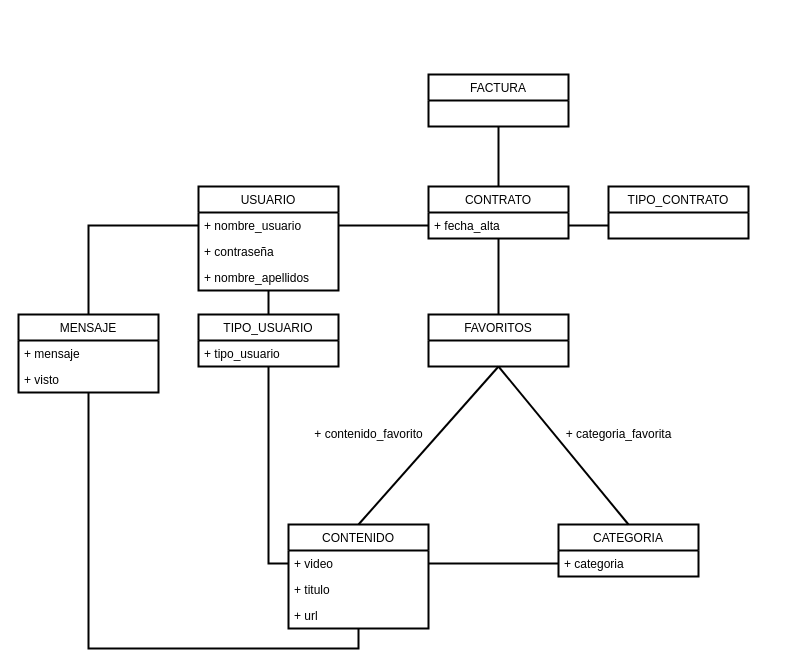
Above: Modelo Conceptual.drawio in JaumeJulia/BD2_Practica02 (draw.io), before the change. Source tidied: cells renumbered, new cells numbered last; positions are measured from the earlier drawing's top-left corner, leaving out a move shared by most shapes. Both pictures are drawn from the tidied source at 100%, with x=0, y=0 at pixel (18, 74).
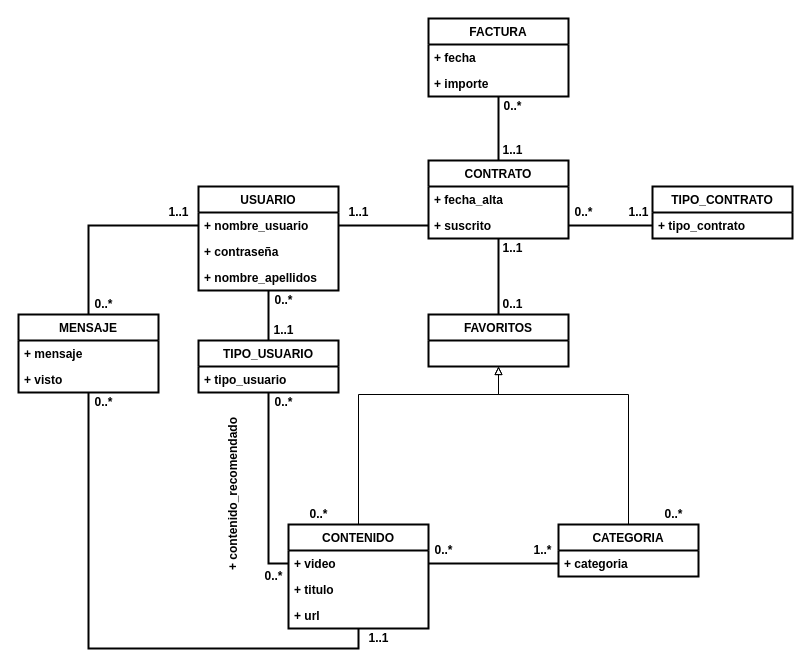
The same page after the edit.

What changed in the source:
```diff
@@
-    <mxCell id="2" style="edgeStyle=orthogonalEdgeStyle;rounded=0;jettySize=auto;html=1;exitX=1;exitY=0.75;exitDx=0;exitDy=0;entryX=0;entryY=0.75;entryDx=0;entryDy=0;endArrow=none;endFill=0;strokeWidth=2;" parent="1" edge="1" source="4" target="8">
+    <mxCell id="2" style="edgeStyle=orthogonalEdgeStyle;rounded=0;jettySize=auto;html=1;exitX=1;exitY=0.5;exitDx=0;exitDy=0;entryX=0;entryY=0.75;entryDx=0;entryDy=0;endArrow=none;endFill=0;strokeWidth=2;fontStyle=1;" parent="1" edge="1" source="35" target="8">
       <mxGeometry relative="1" as="geometry" />
     </mxCell>
-    <mxCell id="3" style="edgeStyle=orthogonalEdgeStyle;rounded=0;jettySize=auto;html=1;exitX=0.5;exitY=1;exitDx=0;exitDy=0;entryX=0.5;entryY=0;entryDx=0;entryDy=0;endArrow=none;endFill=0;strokeWidth=2;" parent="1" edge="1" source="4" target="21">
+    <mxCell id="3" style="edgeStyle=orthogonalEdgeStyle;rounded=0;jettySize=auto;html=1;exitX=0.5;exitY=1;exitDx=0;exitDy=0;entryX=0.5;entryY=0;entryDx=0;entryDy=0;endArrow=none;endFill=0;strokeWidth=2;fontStyle=1;" parent="1" edge="1" source="4" target="21">
       <mxGeometry relative="1" as="geometry" />
     </mxCell>
-    <mxCell id="4" value="CONTRATO" style="swimlane;fontStyle=0;horizontal=1;startSize=26;fillColor=none;strokeWidth=2;" parent="1" vertex="1">
-      <mxGeometry x="410" y="112" width="140" height="52" as="geometry" />
+    <mxCell id="4" value="CONTRATO" style="swimlane;fontStyle=1;horizontal=1;startSize=26;fillColor=none;strokeWidth=2;" parent="1" vertex="1">
+      <mxGeometry x="410" y="86" width="140" height="78" as="geometry" />
     </mxCell>
-    <mxCell id="5" value="+ fecha_alta" style="text;strokeColor=none;fillColor=none;align=left;verticalAlign=top;spacingLeft=4;spacingRight=4;overflow=hidden;points=[[0,0.5],[1,0.5]];portConstraint=eastwest;" parent="4" vertex="1">
+    <mxCell id="5" value="+ fecha_alta" style="text;strokeColor=none;fillColor=none;align=left;verticalAlign=top;spacingLeft=4;spacingRight=4;overflow=hidden;points=[[0,0.5],[1,0.5]];portConstraint=eastwest;fontStyle=1;" parent="4" vertex="1">
       <mxGeometry y="26" width="140" height="26" as="geometry" />
     </mxCell>
+    <mxCell id="35" value="+ suscrito" style="text;strokeColor=none;fillColor=none;align=left;verticalAlign=top;spacingLeft=4;spacingRight=4;overflow=hidden;points=[[0,0.5],[1,0.5]];portConstraint=eastwest;fontStyle=1;" parent="4" vertex="1">
+      <mxGeometry y="52" width="140" height="26" as="geometry" />
+    </mxCell>
-    <mxCell id="6" style="edgeStyle=orthogonalEdgeStyle;rounded=0;jettySize=auto;html=1;exitX=0.5;exitY=1;exitDx=0;exitDy=0;entryX=0.5;entryY=0;entryDx=0;entryDy=0;strokeWidth=2;endArrow=none;endFill=0;" parent="1" edge="1" source="7" target="4">
+    <mxCell id="6" style="edgeStyle=orthogonalEdgeStyle;rounded=0;jettySize=auto;html=1;exitX=0.5;exitY=1;exitDx=0;exitDy=0;entryX=0.5;entryY=0;entryDx=0;entryDy=0;strokeWidth=2;endArrow=none;endFill=0;fontStyle=1;" parent="1" edge="1" source="7" target="4">
       <mxGeometry relative="1" as="geometry" />
     </mxCell>
-    <mxCell id="7" value="FACTURA" style="swimlane;fontStyle=0;horizontal=1;startSize=26;fillColor=none;strokeWidth=2;" parent="1" vertex="1">
-      <mxGeometry x="410" width="140" height="52" as="geometry" />
+    <mxCell id="7" value="FACTURA" style="swimlane;fontStyle=1;horizontal=1;startSize=26;fillColor=none;strokeWidth=2;" parent="1" vertex="1">
+      <mxGeometry x="410" y="-56" width="140" height="78" as="geometry" />
     </mxCell>
+    <mxCell id="36" value="+ fecha" style="text;strokeColor=none;fillColor=none;align=left;verticalAlign=top;spacingLeft=4;spacingRight=4;overflow=hidden;fontStyle=1;" parent="7" vertex="1">
+      <mxGeometry y="26" width="140" height="26" as="geometry" />
+    </mxCell>
+    <mxCell id="37" value="+ importe" style="text;strokeColor=none;fillColor=none;align=left;verticalAlign=top;spacingLeft=4;spacingRight=4;overflow=hidden;fontStyle=1;" parent="7" vertex="1">
+      <mxGeometry y="52" width="140" height="26" as="geometry" />
+    </mxCell>
-    <mxCell id="8" value="TIPO_CONTRATO" style="swimlane;fontStyle=0;horizontal=1;startSize=26;fillColor=none;strokeWidth=2;" parent="1" vertex="1">
-      <mxGeometry x="590" y="112" width="140" height="52" as="geometry" />
+    <mxCell id="8" value="TIPO_CONTRATO" style="swimlane;fontStyle=1;horizontal=1;startSize=26;fillColor=none;strokeWidth=2;" parent="1" vertex="1">
+      <mxGeometry x="634" y="112" width="140" height="52" as="geometry" />
     </mxCell>
+    <mxCell id="38" value="+ tipo_contrato" style="text;strokeColor=none;fillColor=none;align=left;verticalAlign=top;spacingLeft=4;spacingRight=4;overflow=hidden;fontStyle=1;" parent="8" vertex="1">
+      <mxGeometry y="26" width="140" height="26" as="geometry" />
+    </mxCell>
-    <mxCell id="9" style="edgeStyle=orthogonalEdgeStyle;rounded=0;jettySize=auto;html=1;exitX=0.5;exitY=1;exitDx=0;exitDy=0;entryX=0.5;entryY=0;entryDx=0;entryDy=0;endArrow=none;endFill=0;strokeWidth=2;" parent="1" edge="1" source="10" target="14">
+    <mxCell id="9" style="edgeStyle=orthogonalEdgeStyle;rounded=0;jettySize=auto;html=1;exitX=0.5;exitY=1;exitDx=0;exitDy=0;entryX=0.5;entryY=0;entryDx=0;entryDy=0;endArrow=none;endFill=0;strokeWidth=2;fontStyle=1;" parent="1" edge="1" source="10" target="14">
       <mxGeometry relative="1" as="geometry" />
     </mxCell>
-    <mxCell id="10" value="USUARIO" style="swimlane;fontStyle=0;horizontal=1;startSize=26;fillColor=none;strokeWidth=2;" parent="1" vertex="1">
+    <mxCell id="10" value="USUARIO" style="swimlane;fontStyle=1;horizontal=1;startSize=26;fillColor=none;strokeWidth=2;" parent="1" vertex="1">
       <mxGeometry x="180" y="112" width="140" height="104" as="geometry" />
     </mxCell>
-    <mxCell id="11" value="+ nombre_usuario" style="text;strokeColor=none;fillColor=none;align=left;verticalAlign=top;spacingLeft=4;spacingRight=4;overflow=hidden;points=[[0,0.5],[1,0.5]];portConstraint=eastwest;" parent="10" vertex="1">
+    <mxCell id="11" value="+ nombre_usuario" style="text;strokeColor=none;fillColor=none;align=left;verticalAlign=top;spacingLeft=4;spacingRight=4;overflow=hidden;points=[[0,0.5],[1,0.5]];portConstraint=eastwest;fontStyle=1;" parent="10" vertex="1">
       <mxGeometry y="26" width="140" height="26" as="geometry" />
     </mxCell>
-    <mxCell id="12" value="+ contraseña" style="text;strokeColor=none;fillColor=none;align=left;verticalAlign=top;spacingLeft=4;spacingRight=4;overflow=hidden;" parent="10" vertex="1">
+    <mxCell id="12" value="+ contraseña" style="text;strokeColor=none;fillColor=none;align=left;verticalAlign=top;spacingLeft=4;spacingRight=4;overflow=hidden;fontStyle=1;" parent="10" vertex="1">
       <mxGeometry y="52" width="140" height="26" as="geometry" />
     </mxCell>
-    <mxCell id="13" value="+ nombre_apellidos" style="text;strokeColor=none;fillColor=none;align=left;verticalAlign=top;spacingLeft=4;spacingRight=4;overflow=hidden;" parent="10" vertex="1">
+    <mxCell id="13" value="+ nombre_apellidos" style="text;strokeColor=none;fillColor=none;align=left;verticalAlign=top;spacingLeft=4;spacingRight=4;overflow=hidden;fontStyle=1;" parent="10" vertex="1">
       <mxGeometry y="78" width="140" height="26" as="geometry" />
     </mxCell>
-    <mxCell id="14" value="TIPO_USUARIO" style="swimlane;fontStyle=0;horizontal=1;startSize=26;fillColor=none;strokeWidth=2;" parent="1" vertex="1">
-      <mxGeometry x="180" y="240" width="140" height="52" as="geometry" />
+    <mxCell id="14" value="TIPO_USUARIO" style="swimlane;fontStyle=1;horizontal=1;startSize=26;fillColor=none;strokeWidth=2;" parent="1" vertex="1">
+      <mxGeometry x="180" y="266" width="140" height="52" as="geometry" />
     </mxCell>
-    <mxCell id="15" value="+ tipo_usuario" style="text;strokeColor=none;fillColor=none;align=left;verticalAlign=top;spacingLeft=4;spacingRight=4;overflow=hidden;" parent="14" vertex="1">
+    <mxCell id="15" value="+ tipo_usuario" style="text;strokeColor=none;fillColor=none;align=left;verticalAlign=top;spacingLeft=4;spacingRight=4;overflow=hidden;fontStyle=1;" parent="14" vertex="1">
       <mxGeometry y="26" width="140" height="26" as="geometry" />
     </mxCell>
-    <mxCell id="16" style="edgeStyle=orthogonalEdgeStyle;rounded=0;jettySize=auto;html=1;exitX=0.5;exitY=1;exitDx=0;exitDy=0;entryX=0.5;entryY=1;entryDx=0;entryDy=0;endArrow=none;endFill=0;strokeWidth=2;" parent="1" edge="1" source="17" target="22">
+    <mxCell id="16" style="edgeStyle=orthogonalEdgeStyle;rounded=0;jettySize=auto;html=1;exitX=0.5;exitY=1;exitDx=0;exitDy=0;entryX=0.5;entryY=1;entryDx=0;entryDy=0;endArrow=none;endFill=0;strokeWidth=2;fontStyle=1;" parent="1" edge="1" source="17" target="22">
       <mxGeometry relative="1" as="geometry" />
     </mxCell>
-    <mxCell id="17" value="MENSAJE" style="swimlane;fontStyle=0;horizontal=1;startSize=26;fillColor=none;strokeWidth=2;" parent="1" vertex="1">
+    <mxCell id="17" value="MENSAJE" style="swimlane;fontStyle=1;horizontal=1;startSize=26;fillColor=none;strokeWidth=2;" parent="1" vertex="1">
       <mxGeometry y="240" width="140" height="78" as="geometry" />
     </mxCell>
-    <mxCell id="18" value="+ mensaje" style="text;strokeColor=none;fillColor=none;align=left;verticalAlign=top;spacingLeft=4;spacingRight=4;overflow=hidden;" parent="17" vertex="1">
+    <mxCell id="18" value="+ mensaje" style="text;strokeColor=none;fillColor=none;align=left;verticalAlign=top;spacingLeft=4;spacingRight=4;overflow=hidden;fontStyle=1;" parent="17" vertex="1">
       <mxGeometry y="26" width="140" height="26" as="geometry" />
     </mxCell>
-    <mxCell id="19" value="+ visto" style="text;strokeColor=none;fillColor=none;align=left;verticalAlign=top;spacingLeft=4;spacingRight=4;overflow=hidden;" parent="17" vertex="1">
+    <mxCell id="19" value="+ visto" style="text;strokeColor=none;fillColor=none;align=left;verticalAlign=top;spacingLeft=4;spacingRight=4;overflow=hidden;fontStyle=1;" parent="17" vertex="1">
       <mxGeometry y="52" width="140" height="26" as="geometry" />
     </mxCell>
-    <mxCell id="20" style="rounded=0;jettySize=auto;html=1;exitX=0.5;exitY=1;exitDx=0;exitDy=0;entryX=0.5;entryY=0;entryDx=0;entryDy=0;endArrow=none;endFill=0;strokeWidth=2;" parent="1" edge="1" source="21" target="22">
-      <mxGeometry relative="1" as="geometry" />
-    </mxCell>
-    <mxCell id="21" value="FAVORITOS" style="swimlane;fontStyle=0;horizontal=1;startSize=26;fillColor=none;strokeWidth=2;" parent="1" vertex="1">
+    <mxCell id="21" value="FAVORITOS" style="swimlane;fontStyle=1;horizontal=1;startSize=26;fillColor=none;strokeWidth=2;" parent="1" vertex="1">
       <mxGeometry x="410" y="240" width="140" height="52" as="geometry" />
     </mxCell>
+    <mxCell id="39" style="edgeStyle=orthogonalEdgeStyle;rounded=0;jettySize=auto;html=1;exitX=0.5;exitY=0;exitDx=0;exitDy=0;entryX=0.5;entryY=1;entryDx=0;entryDy=0;endArrow=block;endFill=0;" parent="1" edge="1" source="22" target="21">
+      <mxGeometry relative="1" as="geometry">
+        <Array as="points">
+          <mxPoint x="340" y="320" />
+          <mxPoint x="480" y="320" />
+        </Array>
+      </mxGeometry>
+    </mxCell>
-    <mxCell id="22" value="CONTENIDO" style="swimlane;fontStyle=0;horizontal=1;startSize=26;fillColor=none;strokeWidth=2;" parent="1" vertex="1">
+    <mxCell id="22" value="CONTENIDO" style="swimlane;fontStyle=1;horizontal=1;startSize=26;fillColor=none;strokeWidth=2;" parent="1" vertex="1">
       <mxGeometry x="270" y="450" width="140" height="104" as="geometry" />
     </mxCell>
-    <mxCell id="23" value="+ video" style="text;strokeColor=none;fillColor=none;align=left;verticalAlign=top;spacingLeft=4;spacingRight=4;overflow=hidden;points=[[0,0.5],[1,0.5]];portConstraint=eastwest;" parent="22" vertex="1">
+    <mxCell id="23" value="+ video" style="text;strokeColor=none;fillColor=none;align=left;verticalAlign=top;spacingLeft=4;spacingRight=4;overflow=hidden;points=[[0,0.5],[1,0.5]];portConstraint=eastwest;fontStyle=1;" parent="22" vertex="1">
       <mxGeometry y="26" width="140" height="26" as="geometry" />
     </mxCell>
-    <mxCell id="24" value="+ titulo" style="text;strokeColor=none;fillColor=none;align=left;verticalAlign=top;spacingLeft=4;spacingRight=4;overflow=hidden;" parent="22" vertex="1">
+    <mxCell id="24" value="+ titulo" style="text;strokeColor=none;fillColor=none;align=left;verticalAlign=top;spacingLeft=4;spacingRight=4;overflow=hidden;fontStyle=1;" parent="22" vertex="1">
       <mxGeometry y="52" width="140" height="26" as="geometry" />
     </mxCell>
-    <mxCell id="25" value="+ url" style="text;strokeColor=none;fillColor=none;align=left;verticalAlign=top;spacingLeft=4;spacingRight=4;overflow=hidden;" parent="22" vertex="1">
+    <mxCell id="25" value="+ url" style="text;strokeColor=none;fillColor=none;align=left;verticalAlign=top;spacingLeft=4;spacingRight=4;overflow=hidden;fontStyle=1;" parent="22" vertex="1">
       <mxGeometry y="78" width="140" height="26" as="geometry" />
     </mxCell>
-    <mxCell id="26" style="rounded=0;jettySize=auto;html=1;exitX=0.5;exitY=0;exitDx=0;exitDy=0;entryX=0.5;entryY=1;entryDx=0;entryDy=0;endArrow=none;endFill=0;strokeWidth=2;" parent="1" edge="1" source="27" target="21">
-      <mxGeometry relative="1" as="geometry" />
+    <mxCell id="26" style="edgeStyle=orthogonalEdgeStyle;rounded=0;jettySize=auto;html=1;exitX=0.5;exitY=0;exitDx=0;exitDy=0;entryX=0.5;entryY=1;entryDx=0;entryDy=0;endArrow=block;endFill=0;" parent="1" edge="1" source="27" target="21">
+      <mxGeometry relative="1" as="geometry">
+        <Array as="points">
+          <mxPoint x="610" y="320" />
+          <mxPoint x="480" y="320" />
+        </Array>
+      </mxGeometry>
     </mxCell>
-    <mxCell id="27" value="CATEGORIA" style="swimlane;fontStyle=0;horizontal=1;startSize=26;fillColor=none;strokeWidth=2;" parent="1" vertex="1">
+    <mxCell id="27" value="CATEGORIA" style="swimlane;fontStyle=1;horizontal=1;startSize=26;fillColor=none;strokeWidth=2;" parent="1" vertex="1">
       <mxGeometry x="540" y="450" width="140" height="52" as="geometry" />
     </mxCell>
-    <mxCell id="28" value="+ categoria" style="text;strokeColor=none;fillColor=none;align=left;verticalAlign=top;spacingLeft=4;spacingRight=4;overflow=hidden;points=[[0,0.5],[1,0.5]];portConstraint=eastwest;" parent="27" vertex="1">
+    <mxCell id="28" value="+ categoria" style="text;strokeColor=none;fillColor=none;align=left;verticalAlign=top;spacingLeft=4;spacingRight=4;overflow=hidden;points=[[0,0.5],[1,0.5]];portConstraint=eastwest;fontStyle=1;" parent="27" vertex="1">
       <mxGeometry y="26" width="140" height="26" as="geometry" />
     </mxCell>
-    <mxCell id="29" value="+ contenido_favorito" style="text;html=1;align=center;verticalAlign=middle;strokeColor=none;fillColor=none;" parent="1" vertex="1">
-      <mxGeometry x="290" y="350" width="120" height="20" as="geometry" />
-    </mxCell>
-    <mxCell id="30" value="+ categoria_favorita" style="text;html=1;align=center;verticalAlign=middle;strokeColor=none;fillColor=none;" parent="1" vertex="1">
-      <mxGeometry x="540" y="350" width="120" height="20" as="geometry" />
-    </mxCell>
-    <mxCell id="31" style="edgeStyle=orthogonalEdgeStyle;rounded=0;jettySize=auto;html=1;exitX=1;exitY=0.5;exitDx=0;exitDy=0;entryX=0;entryY=0.5;entryDx=0;entryDy=0;endArrow=none;endFill=0;strokeWidth=2;" parent="1" edge="1" source="23" target="28">
+    <mxCell id="31" style="edgeStyle=orthogonalEdgeStyle;rounded=0;jettySize=auto;html=1;exitX=1;exitY=0.5;exitDx=0;exitDy=0;entryX=0;entryY=0.5;entryDx=0;entryDy=0;endArrow=none;endFill=0;strokeWidth=2;fontStyle=1;" parent="1" edge="1" source="23" target="28">
       <mxGeometry relative="1" as="geometry" />
     </mxCell>
-    <mxCell id="32" style="edgeStyle=orthogonalEdgeStyle;rounded=0;jettySize=auto;html=1;exitX=1;exitY=0.5;exitDx=0;exitDy=0;entryX=0;entryY=0.5;entryDx=0;entryDy=0;endArrow=none;endFill=0;strokeWidth=2;" parent="1" edge="1" source="11" target="5">
-      <mxGeometry relative="1" as="geometry" />
+    <mxCell id="32" style="edgeStyle=orthogonalEdgeStyle;rounded=0;jettySize=auto;html=1;exitX=1;exitY=0.5;exitDx=0;exitDy=0;endArrow=none;endFill=0;strokeWidth=2;fontStyle=1;" parent="1" edge="1" source="11">
+      <mxGeometry relative="1" as="geometry">
+        <mxPoint x="410" y="151" as="targetPoint" />
+      </mxGeometry>
     </mxCell>
-    <mxCell id="33" style="edgeStyle=orthogonalEdgeStyle;rounded=0;jettySize=auto;html=1;exitX=0;exitY=0.5;exitDx=0;exitDy=0;entryX=0.5;entryY=0;entryDx=0;entryDy=0;endArrow=none;endFill=0;strokeWidth=2;" parent="1" edge="1" source="11" target="17">
+    <mxCell id="33" style="edgeStyle=orthogonalEdgeStyle;rounded=0;jettySize=auto;html=1;exitX=0;exitY=0.5;exitDx=0;exitDy=0;entryX=0.5;entryY=0;entryDx=0;entryDy=0;endArrow=none;endFill=0;strokeWidth=2;fontStyle=1;" parent="1" edge="1" source="11" target="17">
       <mxGeometry relative="1" as="geometry" />
     </mxCell>
-    <mxCell id="34" style="edgeStyle=orthogonalEdgeStyle;rounded=0;jettySize=auto;html=1;exitX=0;exitY=0.5;exitDx=0;exitDy=0;entryX=0.5;entryY=1;entryDx=0;entryDy=0;endArrow=none;endFill=0;strokeWidth=2;" parent="1" edge="1" source="23" target="14">
+    <mxCell id="34" style="edgeStyle=orthogonalEdgeStyle;rounded=0;jettySize=auto;html=1;exitX=0;exitY=0.5;exitDx=0;exitDy=0;entryX=0.5;entryY=1;entryDx=0;entryDy=0;endArrow=none;endFill=0;strokeWidth=2;fontStyle=1;" parent="1" edge="1" source="23" target="14">
       <mxGeometry relative="1" as="geometry" />
     </mxCell>
+    <mxCell id="40" value="1..1" style="text;html=1;align=center;verticalAlign=middle;strokeColor=none;fillColor=none;fontStyle=1;" parent="1" vertex="1">
+      <mxGeometry x="320" y="128" width="40" height="20" as="geometry" />
+    </mxCell>
+    <mxCell id="41" value="1..1" style="text;html=1;align=center;verticalAlign=middle;strokeColor=none;fillColor=none;fontStyle=1;" parent="1" vertex="1">
+      <mxGeometry x="140" y="128" width="40" height="20" as="geometry" />
+    </mxCell>
+    <mxCell id="42" value="0..*" style="text;html=1;align=center;verticalAlign=middle;strokeColor=none;fillColor=none;fontStyle=1;" parent="1" vertex="1">
+      <mxGeometry x="70" y="220" width="30" height="20" as="geometry" />
+    </mxCell>
+    <mxCell id="43" value="0..*" style="text;html=1;align=center;verticalAlign=middle;strokeColor=none;fillColor=none;fontStyle=1;" parent="1" vertex="1">
+      <mxGeometry x="70" y="318" width="30" height="20" as="geometry" />
+    </mxCell>
+    <mxCell id="44" value="+ contenido_recomendado" style="text;html=1;align=center;verticalAlign=middle;strokeColor=none;fillColor=none;fontStyle=1;rotation=-90;" parent="1" vertex="1">
+      <mxGeometry x="130" y="410" width="170" height="20" as="geometry" />
+    </mxCell>
+    <mxCell id="45" value="0..*" style="text;html=1;align=center;verticalAlign=middle;strokeColor=none;fillColor=none;fontStyle=1;" parent="1" vertex="1">
+      <mxGeometry x="250" y="318" width="30" height="20" as="geometry" />
+    </mxCell>
+    <mxCell id="46" value="1..1" style="text;html=1;align=center;verticalAlign=middle;strokeColor=none;fillColor=none;fontStyle=1;" parent="1" vertex="1">
+      <mxGeometry x="245" y="246" width="40" height="20" as="geometry" />
+    </mxCell>
+    <mxCell id="47" value="0..*" style="text;html=1;align=center;verticalAlign=middle;strokeColor=none;fillColor=none;fontStyle=1;" parent="1" vertex="1">
+      <mxGeometry x="250" y="216" width="30" height="20" as="geometry" />
+    </mxCell>
+    <mxCell id="48" value="0..*" style="text;html=1;align=center;verticalAlign=middle;strokeColor=none;fillColor=none;fontStyle=1;" parent="1" vertex="1">
+      <mxGeometry x="240" y="492" width="30" height="20" as="geometry" />
+    </mxCell>
+    <mxCell id="49" value="1..1" style="text;html=1;align=center;verticalAlign=middle;strokeColor=none;fillColor=none;fontStyle=1;" parent="1" vertex="1">
+      <mxGeometry x="340" y="554" width="40" height="20" as="geometry" />
+    </mxCell>
+    <mxCell id="50" value="0..*" style="text;html=1;align=center;verticalAlign=middle;strokeColor=none;fillColor=none;fontStyle=1;" parent="1" vertex="1">
+      <mxGeometry x="285" y="430" width="30" height="20" as="geometry" />
+    </mxCell>
+    <mxCell id="51" value="0..*" style="text;html=1;align=center;verticalAlign=middle;strokeColor=none;fillColor=none;fontStyle=1;" parent="1" vertex="1">
+      <mxGeometry x="640" y="430" width="30" height="20" as="geometry" />
+    </mxCell>
+    <mxCell id="52" value="0..*" style="text;html=1;align=center;verticalAlign=middle;strokeColor=none;fillColor=none;fontStyle=1;" parent="1" vertex="1">
+      <mxGeometry x="410" y="466" width="30" height="20" as="geometry" />
+    </mxCell>
+    <mxCell id="53" value="1..*" style="text;html=1;align=center;verticalAlign=middle;strokeColor=none;fillColor=none;fontStyle=1;" parent="1" vertex="1">
+      <mxGeometry x="509" y="466" width="30" height="20" as="geometry" />
+    </mxCell>
+    <mxCell id="54" value="0..1" style="text;html=1;align=center;verticalAlign=middle;strokeColor=none;fillColor=none;fontStyle=1;" parent="1" vertex="1">
+      <mxGeometry x="474" y="220" width="40" height="20" as="geometry" />
+    </mxCell>
+    <mxCell id="55" value="1..1" style="text;html=1;align=center;verticalAlign=middle;strokeColor=none;fillColor=none;fontStyle=1;" parent="1" vertex="1">
+      <mxGeometry x="474" y="164" width="40" height="20" as="geometry" />
+    </mxCell>
+    <mxCell id="56" value="0..*" style="text;html=1;align=center;verticalAlign=middle;strokeColor=none;fillColor=none;fontStyle=1;" parent="1" vertex="1">
+      <mxGeometry x="550" y="128" width="30" height="20" as="geometry" />
+    </mxCell>
+    <mxCell id="57" value="1..1" style="text;html=1;align=center;verticalAlign=middle;strokeColor=none;fillColor=none;fontStyle=1;" parent="1" vertex="1">
+      <mxGeometry x="600" y="128" width="40" height="20" as="geometry" />
+    </mxCell>
+    <mxCell id="58" value="1..1" style="text;html=1;align=center;verticalAlign=middle;strokeColor=none;fillColor=none;fontStyle=1;" parent="1" vertex="1">
+      <mxGeometry x="474" y="66" width="40" height="20" as="geometry" />
+    </mxCell>
+    <mxCell id="59" value="0..*" style="text;html=1;align=center;verticalAlign=middle;strokeColor=none;fillColor=none;fontStyle=1;" parent="1" vertex="1">
+      <mxGeometry x="479" y="22" width="30" height="20" as="geometry" />
+    </mxCell>
```
